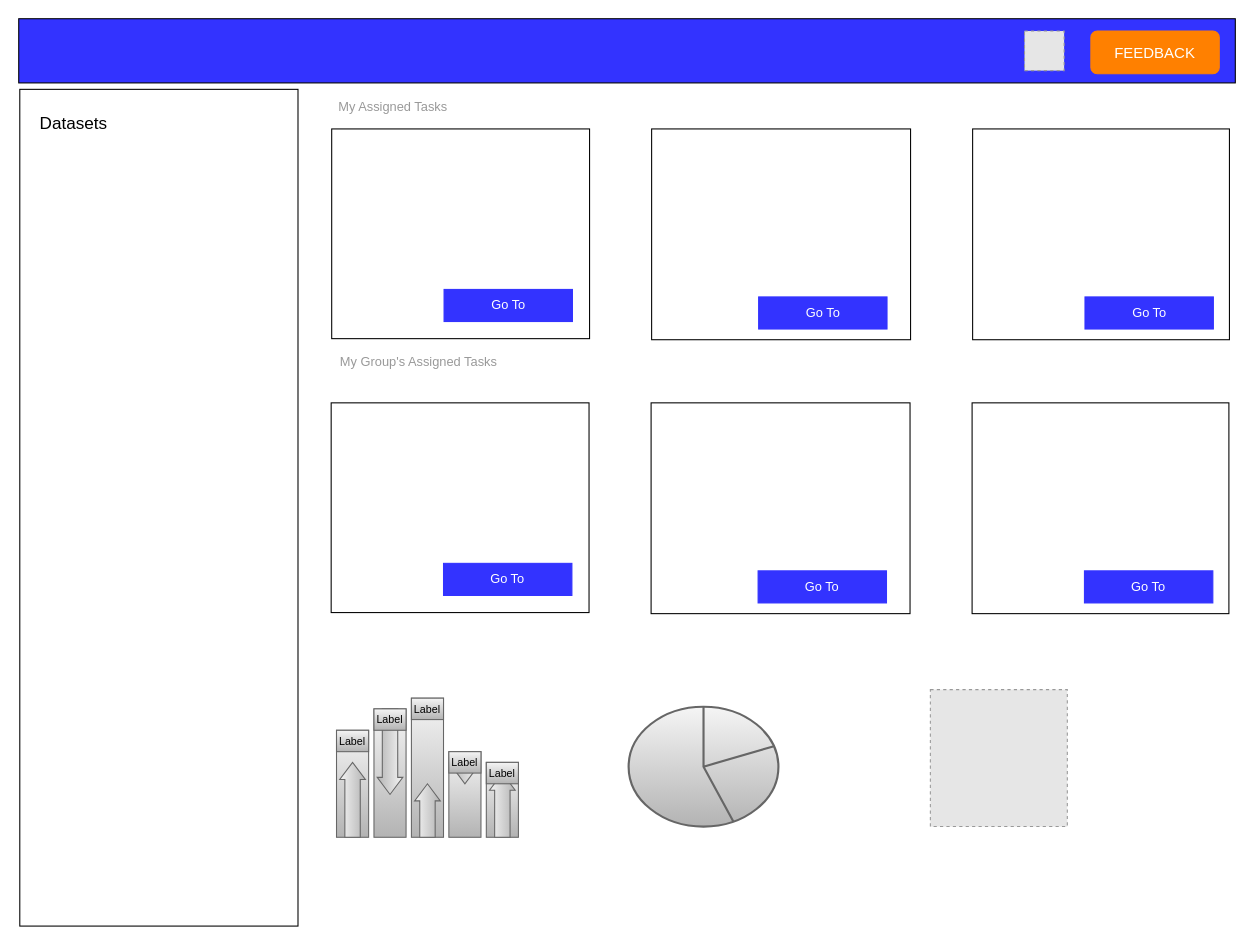
flare891/rmslow keeps this draw.io diagram as page "Copy of Page-1" (2 of 2) of Drawings/DashboardDraft.drawio. Above is the earlier version. Source tidied: cells renumbered, new cells numbered last; positions are measured from the earlier drawing's top-left corner, leaving out a move shared by most shapes. Both pictures are drawn from the tidied source at 107%, with x=0, y=0 at pixel (-260, 18). Pictures stored in the file or linked from it are replaced by grey dashed boxes.
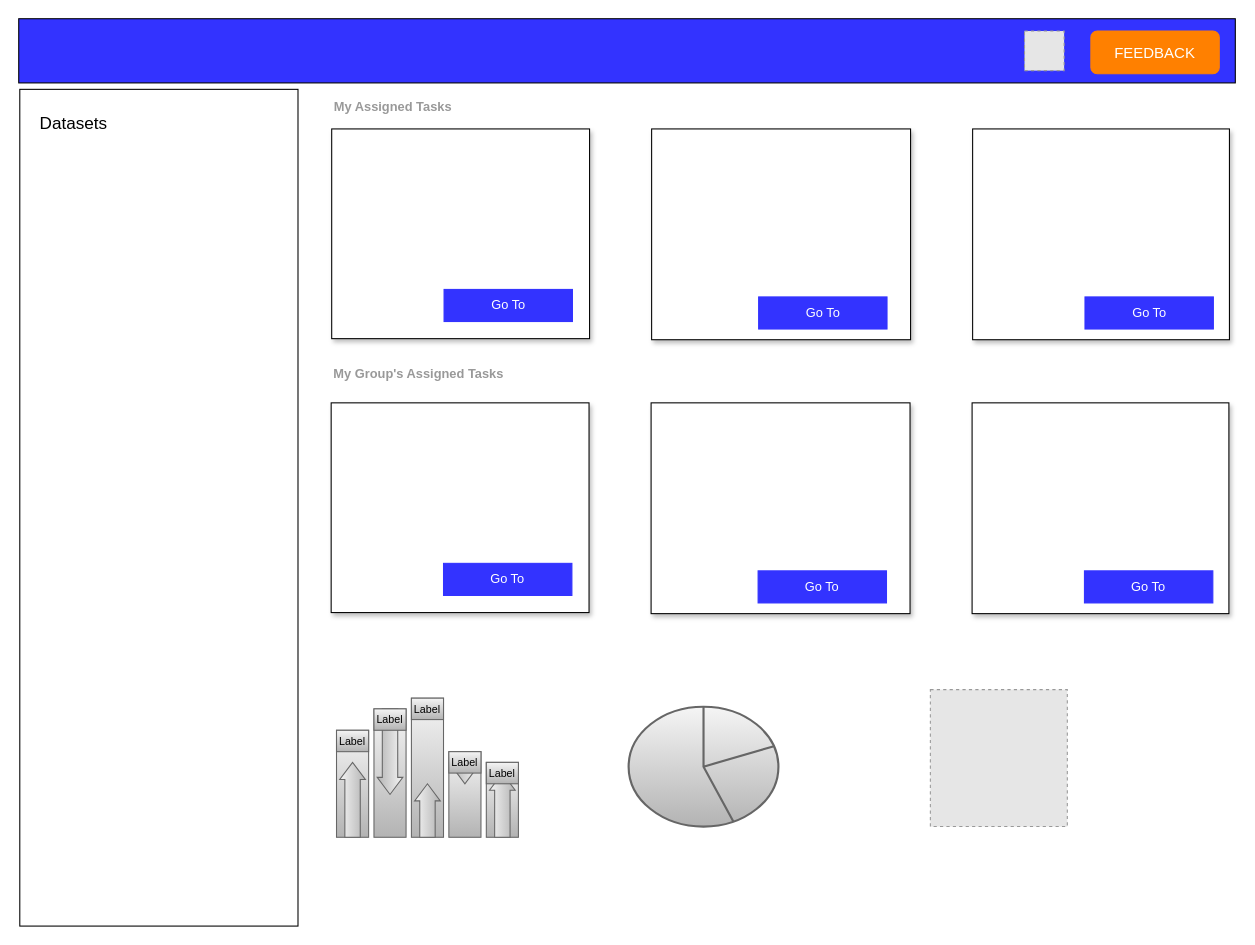
The same page after the edit.

Diff of the diagram source:
```diff
@@
-    <mxCell id="3" style="rounded=0;whiteSpace=wrap;html=1;align=left;" parent="1" vertex="1">
+    <mxCell id="3" style="rounded=0;whiteSpace=wrap;html=1;align=left;shadow=1;" parent="1" vertex="1">
       <mxGeometry x="552" y="359" width="241" height="196" as="geometry" />
     </mxCell>
-    <mxCell id="4" value="My Assigned Tasks" style="text;html=1;strokeColor=none;fillColor=none;align=center;verticalAlign=middle;whiteSpace=wrap;rounded=0;fontColor=#999999;" parent="1" vertex="1">
+    <mxCell id="4" value="My Assigned Tasks" style="text;html=1;strokeColor=none;fillColor=none;align=center;verticalAlign=middle;whiteSpace=wrap;rounded=0;fontColor=#999999;fontStyle=1;" parent="1" vertex="1">
       <mxGeometry x="552" y="73" width="116" height="20" as="geometry" />
     </mxCell>
-    <mxCell id="5" value="My Group's Assigned Tasks" style="text;html=1;strokeColor=none;fillColor=none;align=center;verticalAlign=middle;whiteSpace=wrap;rounded=0;fontStyle=0;fontColor=#999999;" parent="1" vertex="1">
-      <mxGeometry x="544" y="311" width="180" height="20" as="geometry" />
+    <mxCell id="5" value="My Group's Assigned Tasks" style="text;html=1;strokeColor=none;fillColor=none;align=center;verticalAlign=middle;whiteSpace=wrap;rounded=0;fontStyle=1;fontColor=#999999;" parent="1" vertex="1">
+      <mxGeometry x="544" y="322" width="180" height="20" as="geometry" />
     </mxCell>
@@
-    <mxCell id="26" style="rounded=0;whiteSpace=wrap;html=1;align=left;" parent="1" vertex="1">
+    <mxCell id="26" style="rounded=0;whiteSpace=wrap;html=1;align=left;shadow=1;" parent="1" vertex="1">
       <mxGeometry x="1151" y="359" width="240" height="197" as="geometry" />
     </mxCell>
-    <mxCell id="27" style="rounded=0;whiteSpace=wrap;html=1;align=left;" parent="1" vertex="1">
+    <mxCell id="27" style="rounded=0;whiteSpace=wrap;html=1;align=left;shadow=1;" parent="1" vertex="1">
       <mxGeometry x="851" y="359" width="242" height="197" as="geometry" />
     </mxCell>
@@
-    <mxCell id="31" style="rounded=0;whiteSpace=wrap;html=1;align=left;" parent="1" vertex="1">
+    <mxCell id="31" style="rounded=0;whiteSpace=wrap;html=1;align=left;labelBackgroundColor=#ffffff;shadow=1;" parent="1" vertex="1">
       <mxGeometry x="552.5" y="103" width="241" height="196" as="geometry" />
     </mxCell>
-    <mxCell id="32" style="rounded=0;whiteSpace=wrap;html=1;align=left;" parent="1" vertex="1">
+    <mxCell id="32" style="rounded=0;whiteSpace=wrap;html=1;align=left;shadow=1;" parent="1" vertex="1">
       <mxGeometry x="1151.5" y="103" width="240" height="197" as="geometry" />
     </mxCell>
-    <mxCell id="33" style="rounded=0;whiteSpace=wrap;html=1;align=left;" parent="1" vertex="1">
+    <mxCell id="33" style="rounded=0;whiteSpace=wrap;html=1;align=left;shadow=1;" parent="1" vertex="1">
       <mxGeometry x="851.5" y="103" width="242" height="197" as="geometry" />
     </mxCell>
```
